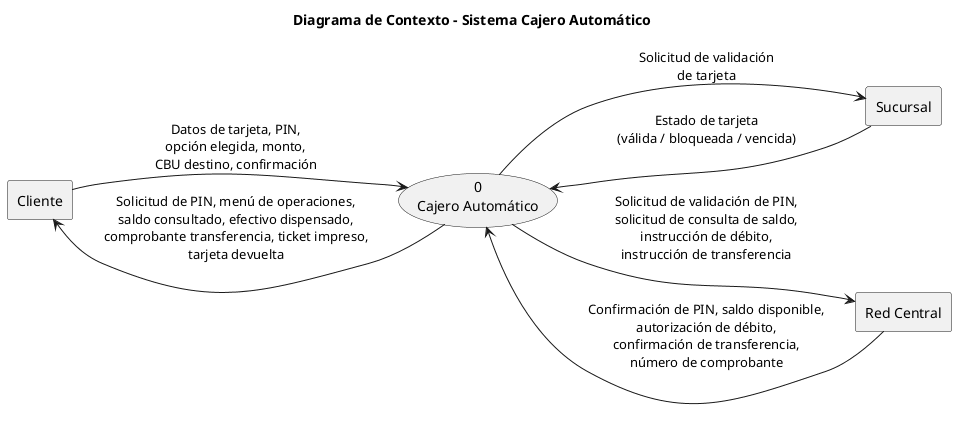
This is diseno-e-implementacion-de-sistemas/diagrams/01_contexto.png from 4l3j0Ok/institute-third-year, a PlantUML export, as it was before one commit. Its source is kept beside it as diseno-e-implementacion-de-sistemas/diagrams/01_contexto.puml. Source of this version:
```plantuml
@startuml 01_contexto
title Diagrama de Contexto - Sistema Cajero Automático
left to right direction
skinparam shadowing false

rectangle "Cliente" as CLI
rectangle "Sucursal" as SUC
rectangle "Red Central" as RED
usecase "0\nCajero Automático" as SYS

CLI --> SYS : Datos de tarjeta, PIN,\nopción elegida, monto,\nCBU destino, confirmación
SYS --> CLI : Solicitud de PIN, menú de operaciones,\nsaldo consultado, efectivo dispensado,\ncomprobante transferencia, ticket impreso,\ntarjeta devuelta

SUC --> SYS : Estado de tarjeta\n(válida / bloqueada / vencida)
SYS --> SUC : Solicitud de validación\nde tarjeta

RED --> SYS : Confirmación de PIN, saldo disponible,\nautorización de débito,\nconfirmación de transferencia,\nnúmero de comprobante
SYS --> RED : Solicitud de validación de PIN,\nsolicitud de consulta de saldo,\ninstrucción de débito,\ninstrucción de transferencia
@enduml
```
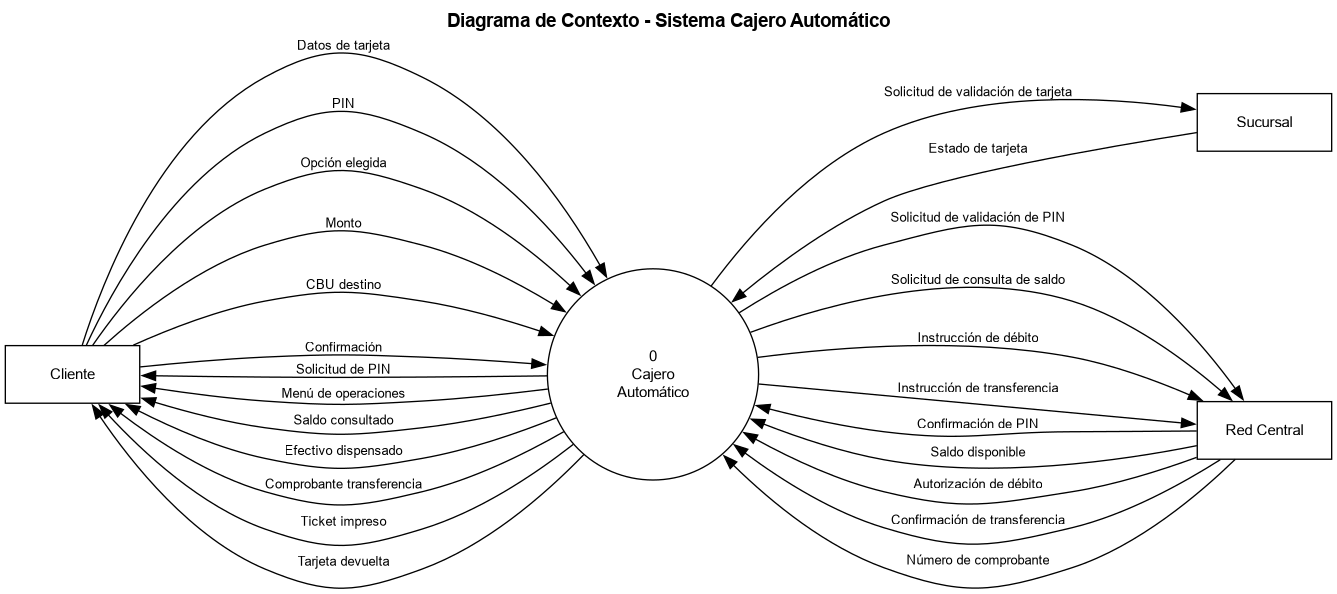
Above is the later version.

Diff of the diagram source:
```diff
@@ -1,19 +1,42 @@
-@startuml 01_contexto
-title Diagrama de Contexto - Sistema Cajero Automático
-left to right direction
-skinparam shadowing false
+@startdot 01_contexto
+digraph contexto {
+  label=<<B>Diagrama de Contexto - Sistema Cajero Automático</B>>; labelloc=t; fontname="Helvetica"; fontsize=14;
+  rankdir=LR; nodesep=0.35; ranksep=2.6;
+  node [fontname="Helvetica", fontsize=11];
+  edge [fontname="Helvetica", fontsize=10];
 
-rectangle "Cliente" as CLI
-rectangle "Sucursal" as SUC
-rectangle "Red Central" as RED
-usecase "0\nCajero Automático" as SYS
+  CLI [shape=box, width=1.4, height=0.6, label="Cliente"];
+  SUC [shape=box, width=1.4, height=0.6, label="Sucursal"];
+  RED [shape=box, width=1.4, height=0.6, label="Red Central"];
+  SYS [shape=circle, width=2.2, label="0\nCajero\nAutomático"];
 
-CLI --> SYS : Datos de tarjeta, PIN,\nopción elegida, monto,\nCBU destino, confirmación
-SYS --> CLI : Solicitud de PIN, menú de operaciones,\nsaldo consultado, efectivo dispensado,\ncomprobante transferencia, ticket impreso,\ntarjeta devuelta
+  CLI -> SYS [label="Datos de tarjeta"];
+  CLI -> SYS [label="PIN"];
+  CLI -> SYS [label="Opción elegida"];
+  CLI -> SYS [label="Monto"];
+  CLI -> SYS [label="CBU destino"];
+  CLI -> SYS [label="Confirmación"];
 
-SUC --> SYS : Estado de tarjeta\n(válida / bloqueada / vencida)
-SYS --> SUC : Solicitud de validación\nde tarjeta
+  SYS -> CLI [label="Solicitud de PIN"];
+  SYS -> CLI [label="Menú de operaciones"];
+  SYS -> CLI [label="Saldo consultado"];
+  SYS -> CLI [label="Efectivo dispensado"];
+  SYS -> CLI [label="Comprobante transferencia"];
+  SYS -> CLI [label="Ticket impreso"];
+  SYS -> CLI [label="Tarjeta devuelta"];
 
-RED --> SYS : Confirmación de PIN, saldo disponible,\nautorización de débito,\nconfirmación de transferencia,\nnúmero de comprobante
-SYS --> RED : Solicitud de validación de PIN,\nsolicitud de consulta de saldo,\ninstrucción de débito,\ninstrucción de transferencia
-@enduml
+  SUC -> SYS [label="Estado de tarjeta"];
+  SYS -> SUC [label="Solicitud de validación de tarjeta"];
+
+  RED -> SYS [label="Confirmación de PIN"];
+  RED -> SYS [label="Saldo disponible"];
+  RED -> SYS [label="Autorización de débito"];
+  RED -> SYS [label="Confirmación de transferencia"];
+  RED -> SYS [label="Número de comprobante"];
+
+  SYS -> RED [label="Solicitud de validación de PIN"];
+  SYS -> RED [label="Solicitud de consulta de saldo"];
+  SYS -> RED [label="Instrucción de débito"];
+  SYS -> RED [label="Instrucción de transferencia"];
+}
+@enddot
```
